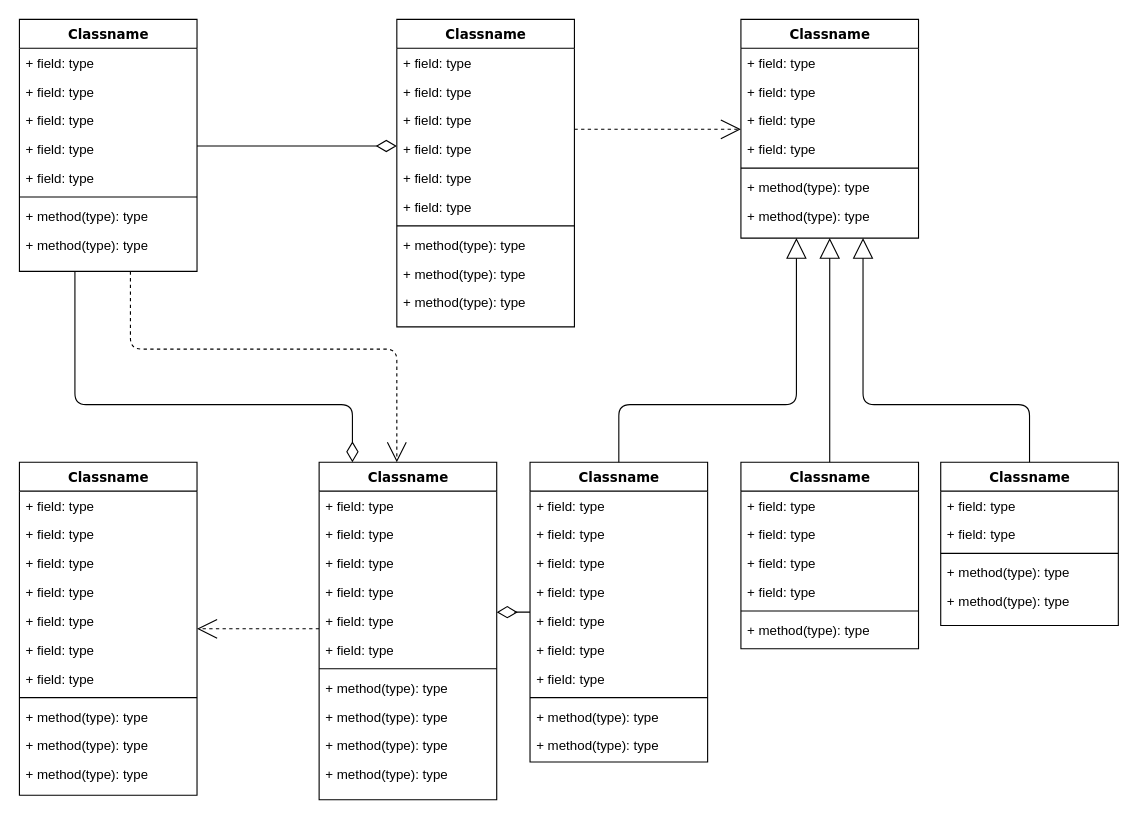
Above: 未命名绘图.drawio in Bakeding/homepage.io (draw.io), before the change. Source tidied: cells renumbered, new cells numbered last; positions are measured from the earlier drawing's top-left corner, leaving out a move shared by most shapes. Both pictures are drawn from the tidied source at 111%, with x=0, y=0 at pixel (19, 19).
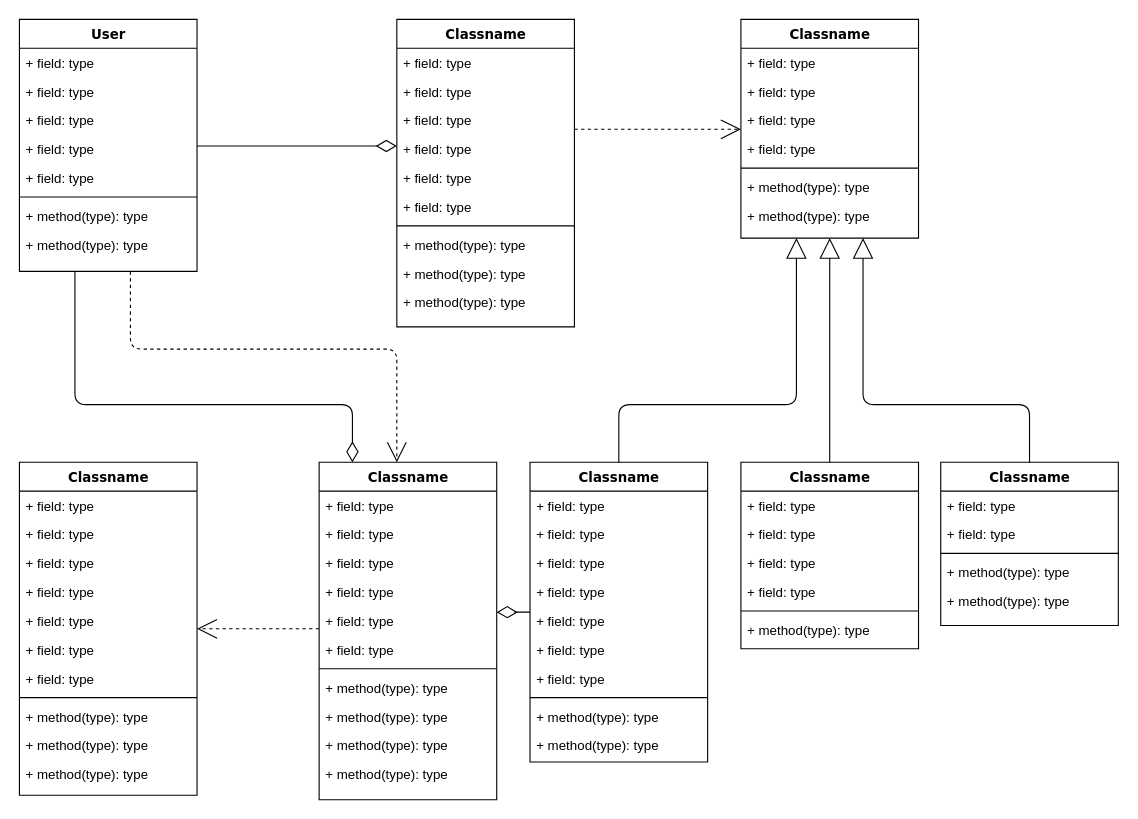
The same diagram, later.

Diff of the diagram source:
```diff
@@
-    <mxCell id="4" value="Classname" style="swimlane;html=1;fontStyle=1;align=center;verticalAlign=top;horizontal=1;startSize=26;swimlaneFillColor=#ffffff;rounded=0;shadow=0;comic=0;labelBackgroundColor=none;strokeWidth=1;fillColor=none;fontFamily=Verdana;fontSize=12;" parent="1" vertex="1">
+    <mxCell id="4" value="User" style="swimlane;html=1;fontStyle=1;align=center;verticalAlign=top;horizontal=1;startSize=26;swimlaneFillColor=#ffffff;rounded=0;shadow=0;comic=0;labelBackgroundColor=none;strokeWidth=1;fillColor=none;fontFamily=Verdana;fontSize=12;" parent="1" vertex="1">
       <mxGeometry width="160" height="227" as="geometry" />
     </mxCell>
```
